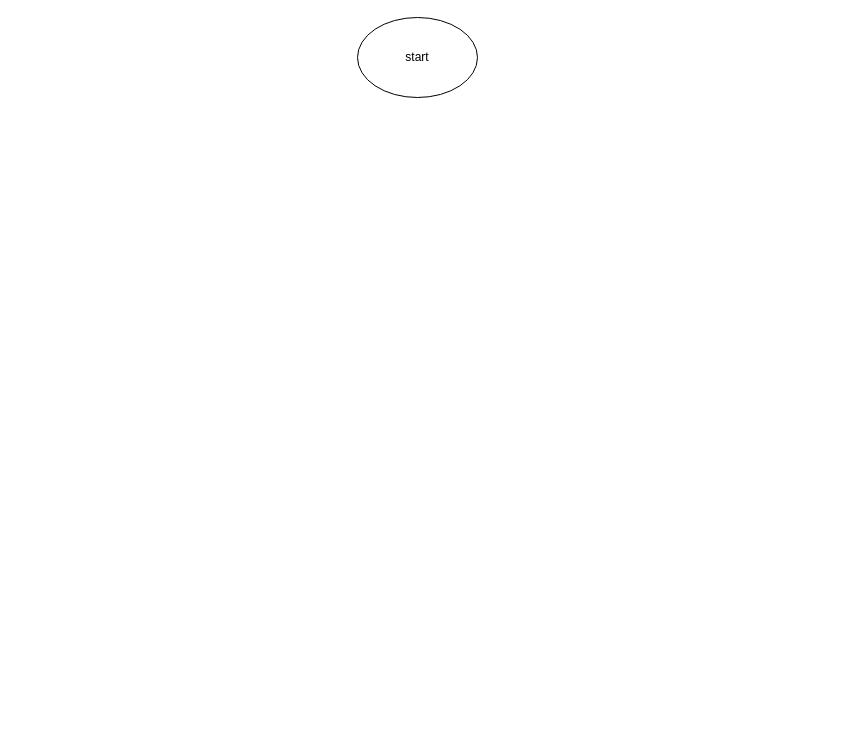
The draw.io diagram Untitled Diagram.drawio in ella336699/ella.flowchart, before the edit. Source tidied: cells renumbered, new cells numbered last; positions are measured from the earlier drawing's top-left corner, leaving out a move shared by most shapes. Both pictures are drawn from the tidied source at 100%, with x=0, y=0 at pixel (357, 17).
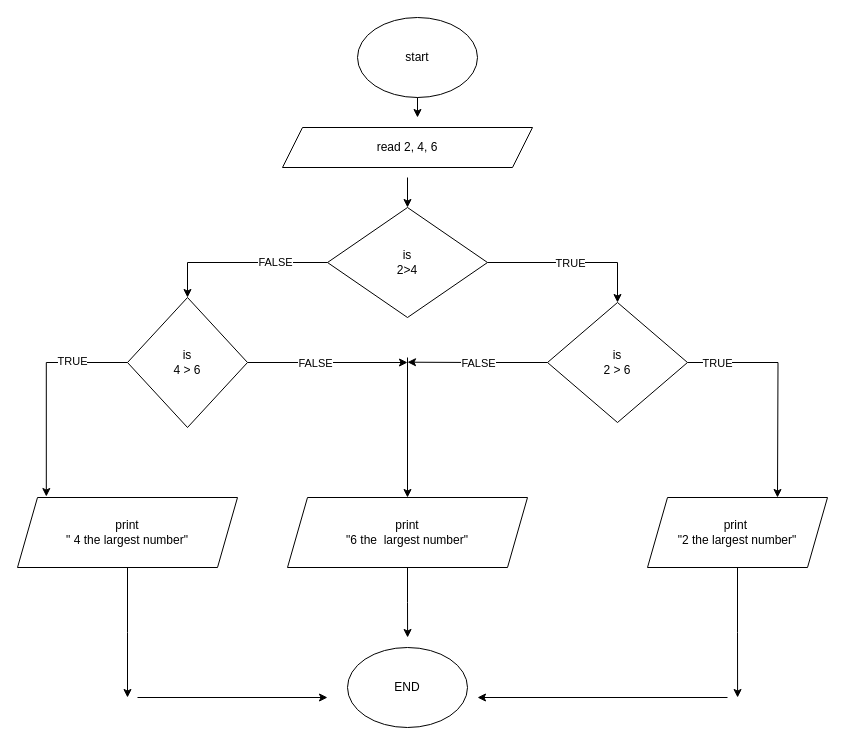
The same page after the edit.

The change refers to these unchanged cells:
```xml
<mxCell id="2" value="start" style="ellipse;whiteSpace=wrap;html=1;" parent="1" vertex="1">
  <mxGeometry width="120" height="80" as="geometry" />
</mxCell>
```

Diff of the diagram source:
```diff
@@
+    <mxCell id="3" value="read 2, 4, 6" style="shape=parallelogram;perimeter=parallelogramPerimeter;whiteSpace=wrap;html=1;fixedSize=1;" parent="1" vertex="1">
+      <mxGeometry x="-75" y="110" width="250" height="40" as="geometry" />
+    </mxCell>
+    <mxCell id="4" style="edgeStyle=orthogonalEdgeStyle;rounded=0;jettySize=auto;html=1;exitX=0;exitY=0.5;exitDx=0;exitDy=0;entryX=0.5;entryY=0;entryDx=0;entryDy=0;" parent="1" edge="1" source="8" target="18">
+      <mxGeometry relative="1" as="geometry" />
+    </mxCell>
+    <mxCell id="5" value="FALSE" style="edgeLabel;html=1;align=center;verticalAlign=middle;" parent="4" vertex="1">
+      <mxGeometry x="-0.39" y="-1" relative="1" as="geometry" />
+    </mxCell>
+    <mxCell id="6" style="edgeStyle=orthogonalEdgeStyle;rounded=0;jettySize=auto;html=1;exitX=1;exitY=0.5;exitDx=0;exitDy=0;entryX=0.5;entryY=0;entryDx=0;entryDy=0;fontStyle=1;labelBackgroundColor=#2929FF;" parent="1" edge="1" source="8" target="13">
+      <mxGeometry relative="1" as="geometry">
+        <Array as="points">
+          <mxPoint x="260" y="245" />
+        </Array>
+      </mxGeometry>
+    </mxCell>
+    <mxCell id="7" value="TRUE" style="edgeLabel;html=1;align=center;verticalAlign=middle;" parent="6" vertex="1">
+      <mxGeometry x="-0.04" relative="1" as="geometry" />
+    </mxCell>
+    <mxCell id="8" value="is&lt;br&gt;2&amp;gt;4" style="rhombus;whiteSpace=wrap;html=1;" parent="1" vertex="1">
+      <mxGeometry x="-30" y="190" width="160" height="110" as="geometry" />
+    </mxCell>
+    <mxCell id="9" style="edgeStyle=orthogonalEdgeStyle;rounded=0;jettySize=auto;html=1;exitX=0;exitY=0.5;exitDx=0;exitDy=0;" parent="1" edge="1" source="13">
+      <mxGeometry relative="1" as="geometry">
+        <mxPoint x="50" y="344.7" as="targetPoint" />
+      </mxGeometry>
+    </mxCell>
+    <mxCell id="10" value="FALSE" style="edgeLabel;html=1;align=center;verticalAlign=middle;" parent="9" vertex="1">
+      <mxGeometry x="-0.27" relative="1" as="geometry">
+        <mxPoint x="-19" as="offset" />
+      </mxGeometry>
+    </mxCell>
+    <mxCell id="11" style="edgeStyle=orthogonalEdgeStyle;rounded=0;jettySize=auto;html=1;exitX=1;exitY=0.5;exitDx=0;exitDy=0;labelBackgroundColor=#2929FF;" parent="1" edge="1" source="13">
+      <mxGeometry relative="1" as="geometry">
+        <mxPoint x="420" y="480" as="targetPoint" />
+      </mxGeometry>
+    </mxCell>
+    <mxCell id="12" value="TRUE" style="edgeLabel;html=1;align=center;verticalAlign=middle;" parent="11" vertex="1">
+      <mxGeometry x="-0.74" relative="1" as="geometry" />
+    </mxCell>
+    <mxCell id="13" value="is&lt;br&gt;2 &amp;gt; 6" style="rhombus;whiteSpace=wrap;html=1;" parent="1" vertex="1">
+      <mxGeometry x="190" y="285" width="140" height="120" as="geometry" />
+    </mxCell>
+    <mxCell id="14" style="edgeStyle=orthogonalEdgeStyle;rounded=0;jettySize=auto;html=1;exitX=1;exitY=0.5;exitDx=0;exitDy=0;" parent="1" edge="1" source="18">
+      <mxGeometry relative="1" as="geometry">
+        <mxPoint x="50" y="345" as="targetPoint" />
+      </mxGeometry>
+    </mxCell>
+    <mxCell id="15" value="FALSE" style="edgeLabel;html=1;align=center;verticalAlign=middle;" parent="14" vertex="1">
+      <mxGeometry x="-0.17" relative="1" as="geometry" />
+    </mxCell>
+    <mxCell id="16" style="edgeStyle=orthogonalEdgeStyle;rounded=0;jettySize=auto;html=1;exitX=0;exitY=0.5;exitDx=0;exitDy=0;entryX=0.131;entryY=-0.014;entryDx=0;entryDy=0;entryPerimeter=0;labelBackgroundColor=#2929FF;" parent="1" edge="1" source="18" target="20">
+      <mxGeometry relative="1" as="geometry" />
+    </mxCell>
+    <mxCell id="17" value="TRUE" style="edgeLabel;html=1;align=center;verticalAlign=middle;" parent="16" vertex="1">
+      <mxGeometry x="-0.48" y="-2" relative="1" as="geometry" />
+    </mxCell>
+    <mxCell id="18" value="is&lt;br&gt;4 &amp;gt; 6" style="rhombus;whiteSpace=wrap;html=1;" parent="1" vertex="1">
+      <mxGeometry x="-230" y="280" width="120" height="130" as="geometry" />
+    </mxCell>
+    <mxCell id="19" style="edgeStyle=orthogonalEdgeStyle;rounded=0;jettySize=auto;html=1;labelBackgroundColor=#2929FF;" parent="1" edge="1" source="20">
+      <mxGeometry relative="1" as="geometry">
+        <mxPoint x="-230" y="680" as="targetPoint" />
+      </mxGeometry>
+    </mxCell>
+    <mxCell id="20" value="print &lt;br&gt;&quot; 4 the largest number&quot;" style="shape=parallelogram;perimeter=parallelogramPerimeter;whiteSpace=wrap;html=1;fixedSize=1;" parent="1" vertex="1">
+      <mxGeometry x="-340" y="480" width="220" height="70" as="geometry" />
+    </mxCell>
+    <mxCell id="21" style="edgeStyle=orthogonalEdgeStyle;rounded=0;jettySize=auto;html=1;exitX=0.5;exitY=1;exitDx=0;exitDy=0;labelBackgroundColor=#2929FF;" parent="1" edge="1" source="22">
+      <mxGeometry relative="1" as="geometry">
+        <mxPoint x="50.1" y="620" as="targetPoint" />
+      </mxGeometry>
+    </mxCell>
+    <mxCell id="22" value="print&lt;br&gt;&quot;6 the&amp;nbsp; largest number&quot;" style="shape=parallelogram;perimeter=parallelogramPerimeter;whiteSpace=wrap;html=1;fixedSize=1;" parent="1" vertex="1">
+      <mxGeometry x="-70" y="480" width="240" height="70" as="geometry" />
+    </mxCell>
+    <mxCell id="23" style="edgeStyle=orthogonalEdgeStyle;rounded=0;jettySize=auto;html=1;exitX=0.5;exitY=1;exitDx=0;exitDy=0;labelBackgroundColor=#2929FF;" parent="1" edge="1" source="24">
+      <mxGeometry relative="1" as="geometry">
+        <mxPoint x="380.1" y="680" as="targetPoint" />
+      </mxGeometry>
+    </mxCell>
+    <mxCell id="24" value="print&amp;nbsp;&lt;br&gt;&quot;2 the largest number&quot;" style="shape=parallelogram;perimeter=parallelogramPerimeter;whiteSpace=wrap;html=1;fixedSize=1;" parent="1" vertex="1">
+      <mxGeometry x="290" y="480" width="180" height="70" as="geometry" />
+    </mxCell>
+    <mxCell id="25" style="edgeStyle=orthogonalEdgeStyle;rounded=0;orthogonalLoop=1;jettySize=auto;html=1;exitX=0.5;exitY=1;exitDx=0;exitDy=0;" parent="1" edge="1" source="13" target="13">
+      <mxGeometry relative="1" as="geometry" />
+    </mxCell>
+    <mxCell id="26" style="endArrow=classic;html=1;rounded=0;" parent="1" edge="1">
+      <mxGeometry relative="1" as="geometry">
+        <mxPoint x="50" y="340" as="sourcePoint" />
+        <mxPoint x="50" y="480" as="targetPoint" />
+      </mxGeometry>
+    </mxCell>
+    <mxCell id="27" style="endArrow=classic;html=1;rounded=0;" parent="1" edge="1" target="8">
+      <mxGeometry relative="1" as="geometry">
+        <mxPoint x="50" y="160" as="sourcePoint" />
+      </mxGeometry>
+    </mxCell>
+    <mxCell id="28" style="endArrow=classic;html=1;rounded=0;exitX=0.5;exitY=1;exitDx=0;exitDy=0;" parent="1" edge="1" source="2">
+      <mxGeometry relative="1" as="geometry">
+        <mxPoint x="60" y="100" as="targetPoint" />
+      </mxGeometry>
+    </mxCell>
+    <mxCell id="29" value="END" style="ellipse;whiteSpace=wrap;html=1;" parent="1" vertex="1">
+      <mxGeometry x="-10" y="630" width="120" height="80" as="geometry" />
+    </mxCell>
+    <mxCell id="30" style="endArrow=classic;html=1;rounded=0;labelBackgroundColor=#2929FF;" parent="1" edge="1">
+      <mxGeometry relative="1" as="geometry">
+        <mxPoint x="370" y="680" as="sourcePoint" />
+        <mxPoint x="120" y="680" as="targetPoint" />
+      </mxGeometry>
+    </mxCell>
+    <mxCell id="31" style="endArrow=classic;html=1;rounded=0;labelBackgroundColor=#2929FF;" parent="1" edge="1">
+      <mxGeometry relative="1" as="geometry">
+        <mxPoint x="-220" y="680" as="sourcePoint" />
+        <mxPoint x="-30" y="680" as="targetPoint" />
+      </mxGeometry>
+    </mxCell>
```
